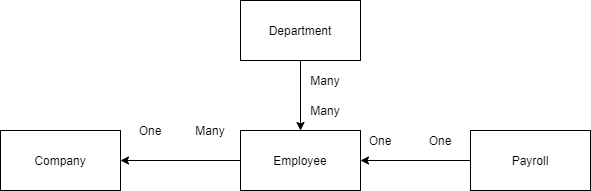
Above: DM-DB-LP-SQL-Employee-Payroll-Problem.png in Ritu1698/DM-DB-LP-SQL-Employee-Payroll-Problem (draw.io), before the change. Source tidied: cells renumbered, new cells last; positions are measured from the earlier drawing's top-left corner, leaving out a move shared by most shapes. Its diagram source:
```xml
<mxGraphModel>
  <root>
    <mxCell id="0" />
    <mxCell id="1" parent="0" />
    <mxCell id="2" style="edgeStyle=orthogonalEdgeStyle;rounded=0;jettySize=auto;html=1;exitX=0;exitY=0.5;exitDx=0;exitDy=0;entryX=1;entryY=0.5;entryDx=0;entryDy=0;" parent="1" edge="1" source="3" target="9">
      <mxGeometry relative="1" as="geometry" />
    </mxCell>
    <mxCell id="3" style="rounded=0;whiteSpace=wrap;html=1;" parent="1" vertex="1">
      <mxGeometry x="240" y="130" width="120" height="60" as="geometry" />
    </mxCell>
    <mxCell id="4" value="Employee" style="text;html=1;strokeColor=none;fillColor=none;align=center;verticalAlign=middle;whiteSpace=wrap;rounded=0;" parent="1" vertex="1">
      <mxGeometry x="280" y="150" width="40" height="20" as="geometry" />
    </mxCell>
    <mxCell id="5" style="edgeStyle=orthogonalEdgeStyle;rounded=0;jettySize=auto;html=1;exitX=0;exitY=0.5;exitDx=0;exitDy=0;entryX=1;entryY=0.5;entryDx=0;entryDy=0;" parent="1" edge="1" source="6" target="3">
      <mxGeometry relative="1" as="geometry" />
    </mxCell>
    <mxCell id="6" style="rounded=0;whiteSpace=wrap;html=1;" parent="1" vertex="1">
      <mxGeometry x="470" y="130" width="120" height="60" as="geometry" />
    </mxCell>
    <mxCell id="7" style="edgeStyle=orthogonalEdgeStyle;rounded=0;jettySize=auto;html=1;exitX=0.5;exitY=1;exitDx=0;exitDy=0;entryX=0.5;entryY=0;entryDx=0;entryDy=0;" parent="1" edge="1" source="8" target="3">
      <mxGeometry relative="1" as="geometry" />
    </mxCell>
    <mxCell id="8" style="rounded=0;whiteSpace=wrap;html=1;" parent="1" vertex="1">
      <mxGeometry x="240" width="120" height="60" as="geometry" />
    </mxCell>
    <mxCell id="9" style="rounded=0;whiteSpace=wrap;html=1;" parent="1" vertex="1">
      <mxGeometry y="130" width="120" height="60" as="geometry" />
    </mxCell>
    <mxCell id="10" value="Payroll" style="text;html=1;strokeColor=none;fillColor=none;align=center;verticalAlign=middle;whiteSpace=wrap;rounded=0;" parent="1" vertex="1">
      <mxGeometry x="510" y="150" width="40" height="20" as="geometry" />
    </mxCell>
    <mxCell id="11" value="Department" style="text;html=1;strokeColor=none;fillColor=none;align=center;verticalAlign=middle;whiteSpace=wrap;rounded=0;" parent="1" vertex="1">
      <mxGeometry x="280" y="20" width="40" height="20" as="geometry" />
    </mxCell>
    <mxCell id="12" value="Company" style="text;html=1;strokeColor=none;fillColor=none;align=center;verticalAlign=middle;whiteSpace=wrap;rounded=0;" parent="1" vertex="1">
      <mxGeometry x="40" y="150" width="40" height="20" as="geometry" />
    </mxCell>
    <mxCell id="13" value="One" style="text;html=1;strokeColor=none;fillColor=none;align=center;verticalAlign=middle;whiteSpace=wrap;rounded=0;" parent="1" vertex="1">
      <mxGeometry x="130" y="120" width="40" height="20" as="geometry" />
    </mxCell>
    <mxCell id="14" value="One" style="text;html=1;strokeColor=none;fillColor=none;align=center;verticalAlign=middle;whiteSpace=wrap;rounded=0;" parent="1" vertex="1">
      <mxGeometry x="360" y="130" width="40" height="20" as="geometry" />
    </mxCell>
    <mxCell id="15" value="Many" style="text;html=1;strokeColor=none;fillColor=none;align=center;verticalAlign=middle;whiteSpace=wrap;rounded=0;" parent="1" vertex="1">
      <mxGeometry x="190" y="120" width="40" height="20" as="geometry" />
    </mxCell>
    <mxCell id="16" value="One" style="text;html=1;strokeColor=none;fillColor=none;align=center;verticalAlign=middle;whiteSpace=wrap;rounded=0;" parent="1" vertex="1">
      <mxGeometry x="420" y="130" width="40" height="20" as="geometry" />
    </mxCell>
    <mxCell id="17" value="Many" style="text;html=1;strokeColor=none;fillColor=none;align=center;verticalAlign=middle;whiteSpace=wrap;rounded=0;" parent="1" vertex="1">
      <mxGeometry x="305" y="100" width="40" height="20" as="geometry" />
    </mxCell>
    <mxCell id="18" value="Many" style="text;html=1;strokeColor=none;fillColor=none;align=center;verticalAlign=middle;whiteSpace=wrap;rounded=0;" parent="1" vertex="1">
      <mxGeometry x="305" y="70" width="40" height="20" as="geometry" />
    </mxCell>
  </root>
</mxGraphModel>
```
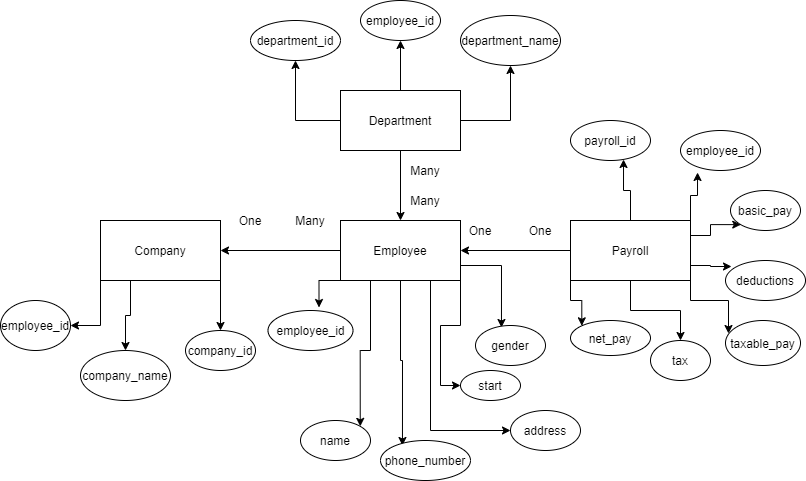
Above is the later version.

Commit message:
[Rituparna]Refactored: Improved ER-Diagram

Change to the diagram source:
```diff
@@ -5,6 +5,24 @@
     <mxCell id="2" style="edgeStyle=orthogonalEdgeStyle;rounded=0;jettySize=auto;html=1;exitX=0;exitY=0.5;exitDx=0;exitDy=0;entryX=1;entryY=0.5;entryDx=0;entryDy=0;" parent="1" edge="1" source="3" target="9">
       <mxGeometry relative="1" as="geometry" />
     </mxCell>
+    <mxCell id="19" style="edgeStyle=orthogonalEdgeStyle;rounded=0;jettySize=auto;html=1;exitX=0;exitY=1;exitDx=0;exitDy=0;entryX=0.6;entryY=-0.075;entryDx=0;entryDy=0;entryPerimeter=0;" parent="1" edge="1" source="3" target="41">
+      <mxGeometry relative="1" as="geometry" />
+    </mxCell>
+    <mxCell id="20" style="edgeStyle=orthogonalEdgeStyle;rounded=0;jettySize=auto;html=1;exitX=0.25;exitY=1;exitDx=0;exitDy=0;entryX=1;entryY=0;entryDx=0;entryDy=0;" parent="1" edge="1" source="3" target="39">
+      <mxGeometry relative="1" as="geometry" />
+    </mxCell>
+    <mxCell id="21" style="edgeStyle=orthogonalEdgeStyle;rounded=0;jettySize=auto;html=1;exitX=0.5;exitY=1;exitDx=0;exitDy=0;entryX=0.244;entryY=0.125;entryDx=0;entryDy=0;entryPerimeter=0;" parent="1" edge="1" source="3" target="44">
+      <mxGeometry relative="1" as="geometry" />
+    </mxCell>
+    <mxCell id="22" style="edgeStyle=orthogonalEdgeStyle;rounded=0;jettySize=auto;html=1;exitX=0.75;exitY=1;exitDx=0;exitDy=0;entryX=0;entryY=0.5;entryDx=0;entryDy=0;" parent="1" edge="1" source="3" target="46">
+      <mxGeometry relative="1" as="geometry" />
+    </mxCell>
+    <mxCell id="23" style="edgeStyle=orthogonalEdgeStyle;rounded=0;jettySize=auto;html=1;exitX=1;exitY=1;exitDx=0;exitDy=0;entryX=0;entryY=0.5;entryDx=0;entryDy=0;" parent="1" edge="1" source="3" target="54">
+      <mxGeometry relative="1" as="geometry" />
+    </mxCell>
+    <mxCell id="24" style="edgeStyle=orthogonalEdgeStyle;rounded=0;jettySize=auto;html=1;exitX=1;exitY=0.75;exitDx=0;exitDy=0;entryX=0.371;entryY=0.05;entryDx=0;entryDy=0;entryPerimeter=0;" parent="1" edge="1" source="3" target="45">
+      <mxGeometry relative="1" as="geometry" />
+    </mxCell>
     <mxCell id="3" style="rounded=0;whiteSpace=wrap;html=1;" parent="1" vertex="1">
       <mxGeometry x="240" y="130" width="120" height="60" as="geometry" />
     </mxCell>
@@ -14,15 +32,54 @@
     <mxCell id="5" style="edgeStyle=orthogonalEdgeStyle;rounded=0;jettySize=auto;html=1;exitX=0;exitY=0.5;exitDx=0;exitDy=0;entryX=1;entryY=0.5;entryDx=0;entryDy=0;" parent="1" edge="1" source="6" target="3">
       <mxGeometry relative="1" as="geometry" />
     </mxCell>
+    <mxCell id="25" style="edgeStyle=orthogonalEdgeStyle;rounded=0;jettySize=auto;html=1;exitX=0;exitY=1;exitDx=0;exitDy=0;entryX=0;entryY=0;entryDx=0;entryDy=0;" parent="1" edge="1" source="6" target="53">
+      <mxGeometry relative="1" as="geometry" />
+    </mxCell>
+    <mxCell id="26" style="edgeStyle=orthogonalEdgeStyle;rounded=0;jettySize=auto;html=1;exitX=0.5;exitY=1;exitDx=0;exitDy=0;" parent="1" edge="1" source="6" target="55">
+      <mxGeometry relative="1" as="geometry" />
+    </mxCell>
+    <mxCell id="27" style="edgeStyle=orthogonalEdgeStyle;rounded=0;jettySize=auto;html=1;exitX=1;exitY=1;exitDx=0;exitDy=0;entryX=0.04;entryY=0.289;entryDx=0;entryDy=0;entryPerimeter=0;" parent="1" edge="1" source="6" target="56">
+      <mxGeometry relative="1" as="geometry" />
+    </mxCell>
+    <mxCell id="28" style="edgeStyle=orthogonalEdgeStyle;rounded=0;jettySize=auto;html=1;exitX=1;exitY=0.75;exitDx=0;exitDy=0;entryX=0.075;entryY=0.15;entryDx=0;entryDy=0;entryPerimeter=0;" parent="1" edge="1" source="6" target="52">
+      <mxGeometry relative="1" as="geometry" />
+    </mxCell>
+    <mxCell id="29" style="edgeStyle=orthogonalEdgeStyle;rounded=0;jettySize=auto;html=1;exitX=1;exitY=0.25;exitDx=0;exitDy=0;entryX=0;entryY=1;entryDx=0;entryDy=0;" parent="1" edge="1" source="6" target="50">
+      <mxGeometry relative="1" as="geometry" />
+    </mxCell>
+    <mxCell id="30" style="edgeStyle=orthogonalEdgeStyle;rounded=0;jettySize=auto;html=1;exitX=1;exitY=0;exitDx=0;exitDy=0;entryX=0.213;entryY=1.05;entryDx=0;entryDy=0;entryPerimeter=0;" parent="1" edge="1" source="6" target="51">
+      <mxGeometry relative="1" as="geometry" />
+    </mxCell>
+    <mxCell id="31" style="edgeStyle=orthogonalEdgeStyle;rounded=0;jettySize=auto;html=1;exitX=0.5;exitY=0;exitDx=0;exitDy=0;entryX=0.663;entryY=0.975;entryDx=0;entryDy=0;entryPerimeter=0;" parent="1" edge="1" source="6" target="49">
+      <mxGeometry relative="1" as="geometry" />
+    </mxCell>
     <mxCell id="6" style="rounded=0;whiteSpace=wrap;html=1;" parent="1" vertex="1">
       <mxGeometry x="470" y="130" width="120" height="60" as="geometry" />
     </mxCell>
     <mxCell id="7" style="edgeStyle=orthogonalEdgeStyle;rounded=0;jettySize=auto;html=1;exitX=0.5;exitY=1;exitDx=0;exitDy=0;entryX=0.5;entryY=0;entryDx=0;entryDy=0;" parent="1" edge="1" source="8" target="3">
       <mxGeometry relative="1" as="geometry" />
     </mxCell>
+    <mxCell id="32" style="edgeStyle=orthogonalEdgeStyle;rounded=0;jettySize=auto;html=1;exitX=0;exitY=0.5;exitDx=0;exitDy=0;entryX=0.5;entryY=1;entryDx=0;entryDy=0;" parent="1" edge="1" source="8" target="43">
+      <mxGeometry relative="1" as="geometry" />
+    </mxCell>
+    <mxCell id="33" style="edgeStyle=orthogonalEdgeStyle;rounded=0;jettySize=auto;html=1;exitX=0.5;exitY=0;exitDx=0;exitDy=0;entryX=0.5;entryY=1;entryDx=0;entryDy=0;" parent="1" edge="1" source="8" target="48">
+      <mxGeometry relative="1" as="geometry" />
+    </mxCell>
+    <mxCell id="34" style="edgeStyle=orthogonalEdgeStyle;rounded=0;jettySize=auto;html=1;exitX=1;exitY=0.5;exitDx=0;exitDy=0;entryX=0.5;entryY=1;entryDx=0;entryDy=0;" parent="1" edge="1" source="8" target="47">
+      <mxGeometry relative="1" as="geometry" />
+    </mxCell>
     <mxCell id="8" style="rounded=0;whiteSpace=wrap;html=1;" parent="1" vertex="1">
       <mxGeometry x="240" width="120" height="60" as="geometry" />
     </mxCell>
+    <mxCell id="35" style="edgeStyle=orthogonalEdgeStyle;rounded=0;jettySize=auto;html=1;exitX=0;exitY=1;exitDx=0;exitDy=0;entryX=1;entryY=0.5;entryDx=0;entryDy=0;" parent="1" edge="1" source="9" target="42">
+      <mxGeometry relative="1" as="geometry" />
+    </mxCell>
+    <mxCell id="36" style="edgeStyle=orthogonalEdgeStyle;rounded=0;jettySize=auto;html=1;exitX=1;exitY=1;exitDx=0;exitDy=0;entryX=0.5;entryY=0;entryDx=0;entryDy=0;" parent="1" edge="1" source="9" target="38">
+      <mxGeometry relative="1" as="geometry" />
+    </mxCell>
+    <mxCell id="37" style="edgeStyle=orthogonalEdgeStyle;rounded=0;jettySize=auto;html=1;exitX=0.25;exitY=1;exitDx=0;exitDy=0;" parent="1" edge="1" source="9" target="40">
+      <mxGeometry relative="1" as="geometry" />
+    </mxCell>
     <mxCell id="9" style="rounded=0;whiteSpace=wrap;html=1;" parent="1" vertex="1">
       <mxGeometry y="130" width="120" height="60" as="geometry" />
     </mxCell>
@@ -53,5 +110,62 @@
     <mxCell id="18" value="Many" style="text;html=1;strokeColor=none;fillColor=none;align=center;verticalAlign=middle;whiteSpace=wrap;rounded=0;" parent="1" vertex="1">
       <mxGeometry x="305" y="70" width="40" height="20" as="geometry" />
     </mxCell>
+    <mxCell id="38" value="company_id" style="ellipse;whiteSpace=wrap;html=1;" parent="1" vertex="1">
+      <mxGeometry x="85" y="240" width="70" height="40" as="geometry" />
+    </mxCell>
+    <mxCell id="39" value="name" style="ellipse;whiteSpace=wrap;html=1;" parent="1" vertex="1">
+      <mxGeometry x="200" y="330" width="70" height="40" as="geometry" />
+    </mxCell>
+    <mxCell id="40" value="company_name" style="ellipse;whiteSpace=wrap;html=1;" parent="1" vertex="1">
+      <mxGeometry x="-20" y="260" width="90" height="50" as="geometry" />
+    </mxCell>
+    <mxCell id="41" value="employee_id" style="ellipse;whiteSpace=wrap;html=1;" parent="1" vertex="1">
+      <mxGeometry x="167.5" y="220" width="85" height="40" as="geometry" />
+    </mxCell>
+    <mxCell id="42" value="employee_id" style="ellipse;whiteSpace=wrap;html=1;" parent="1" vertex="1">
+      <mxGeometry x="-100" y="210" width="70" height="50" as="geometry" />
+    </mxCell>
+    <mxCell id="43" value="department_id" style="ellipse;whiteSpace=wrap;html=1;" parent="1" vertex="1">
+      <mxGeometry x="150" y="-70" width="90" height="40" as="geometry" />
+    </mxCell>
+    <mxCell id="44" value="phone_number" style="ellipse;whiteSpace=wrap;html=1;" parent="1" vertex="1">
+      <mxGeometry x="280" y="350" width="90" height="40" as="geometry" />
+    </mxCell>
+    <mxCell id="45" value="gender" style="ellipse;whiteSpace=wrap;html=1;" parent="1" vertex="1">
+      <mxGeometry x="375" y="235" width="70" height="40" as="geometry" />
+    </mxCell>
+    <mxCell id="46" value="address" style="ellipse;whiteSpace=wrap;html=1;" parent="1" vertex="1">
+      <mxGeometry x="410" y="320" width="70" height="40" as="geometry" />
+    </mxCell>
+    <mxCell id="47" value="department_name" style="ellipse;whiteSpace=wrap;html=1;" parent="1" vertex="1">
+      <mxGeometry x="360" y="-75" width="100" height="50" as="geometry" />
+    </mxCell>
+    <mxCell id="48" value="employee_id" style="ellipse;whiteSpace=wrap;html=1;" parent="1" vertex="1">
+      <mxGeometry x="260" y="-90" width="80" height="40" as="geometry" />
+    </mxCell>
+    <mxCell id="49" value="payroll_id" style="ellipse;whiteSpace=wrap;html=1;" parent="1" vertex="1">
+      <mxGeometry x="470" y="30" width="80" height="40" as="geometry" />
+    </mxCell>
+    <mxCell id="50" value="basic_pay" style="ellipse;whiteSpace=wrap;html=1;" parent="1" vertex="1">
+      <mxGeometry x="630" y="100" width="70" height="40" as="geometry" />
+    </mxCell>
+    <mxCell id="51" value="employee_id" style="ellipse;whiteSpace=wrap;html=1;" parent="1" vertex="1">
+      <mxGeometry x="580" y="40" width="80" height="40" as="geometry" />
+    </mxCell>
+    <mxCell id="52" value="deductions" style="ellipse;whiteSpace=wrap;html=1;" parent="1" vertex="1">
+      <mxGeometry x="625" y="170" width="80" height="40" as="geometry" />
+    </mxCell>
+    <mxCell id="53" value="net_pay" style="ellipse;whiteSpace=wrap;html=1;" parent="1" vertex="1">
+      <mxGeometry x="470" y="230" width="80" height="35" as="geometry" />
+    </mxCell>
+    <mxCell id="54" value="start" style="ellipse;whiteSpace=wrap;html=1;" parent="1" vertex="1">
+      <mxGeometry x="360" y="280" width="60" height="30" as="geometry" />
+    </mxCell>
+    <mxCell id="55" value="tax" style="ellipse;whiteSpace=wrap;html=1;" parent="1" vertex="1">
+      <mxGeometry x="550" y="250" width="60" height="40" as="geometry" />
+    </mxCell>
+    <mxCell id="56" value="taxable_pay" style="ellipse;whiteSpace=wrap;html=1;" parent="1" vertex="1">
+      <mxGeometry x="625" y="230" width="75" height="45" as="geometry" />
+    </mxCell>
   </root>
 </mxGraphModel>
```
